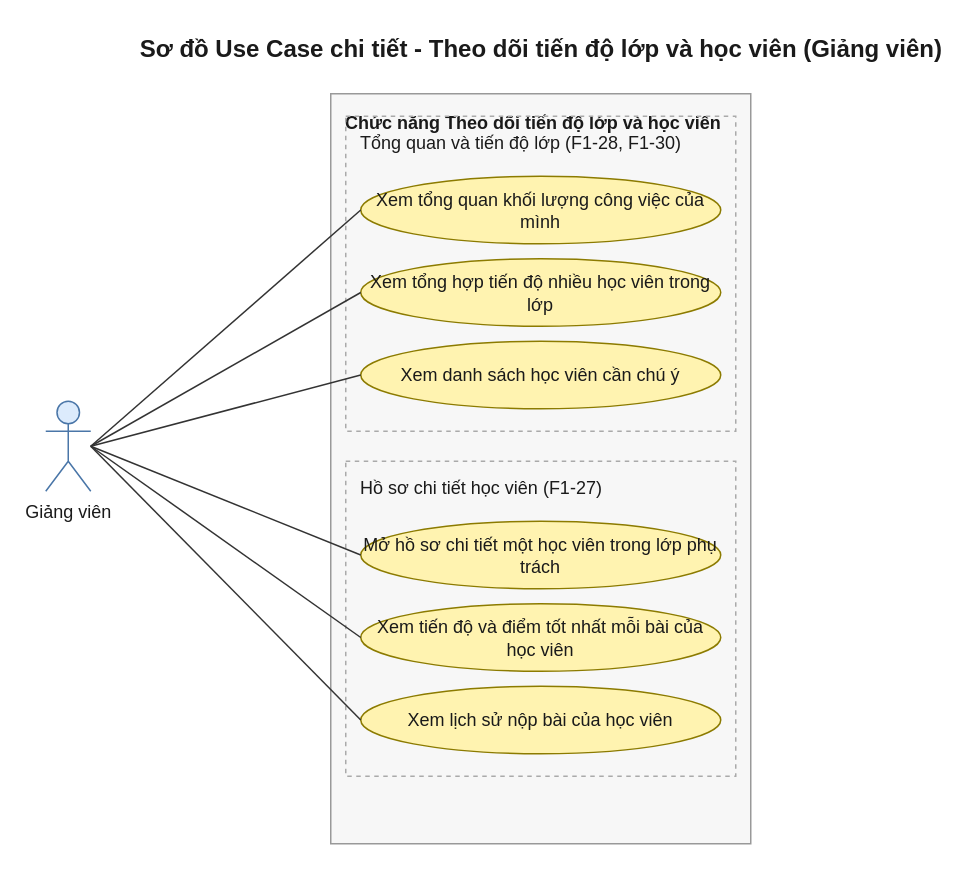
Earlier version of the draw.io diagram 08-diagram/usecase/gv/usecase_gv_theo_doi_tien_do_lop.drawio (daiphu1801/PRJ_ALGOPREP). Source tidied: cells renumbered, new cells numbered last; positions are measured from the earlier drawing's top-left corner, leaving out a move shared by most shapes. Both pictures are drawn from the tidied source at 150%, with x=0, y=0 at pixel (45, 26).
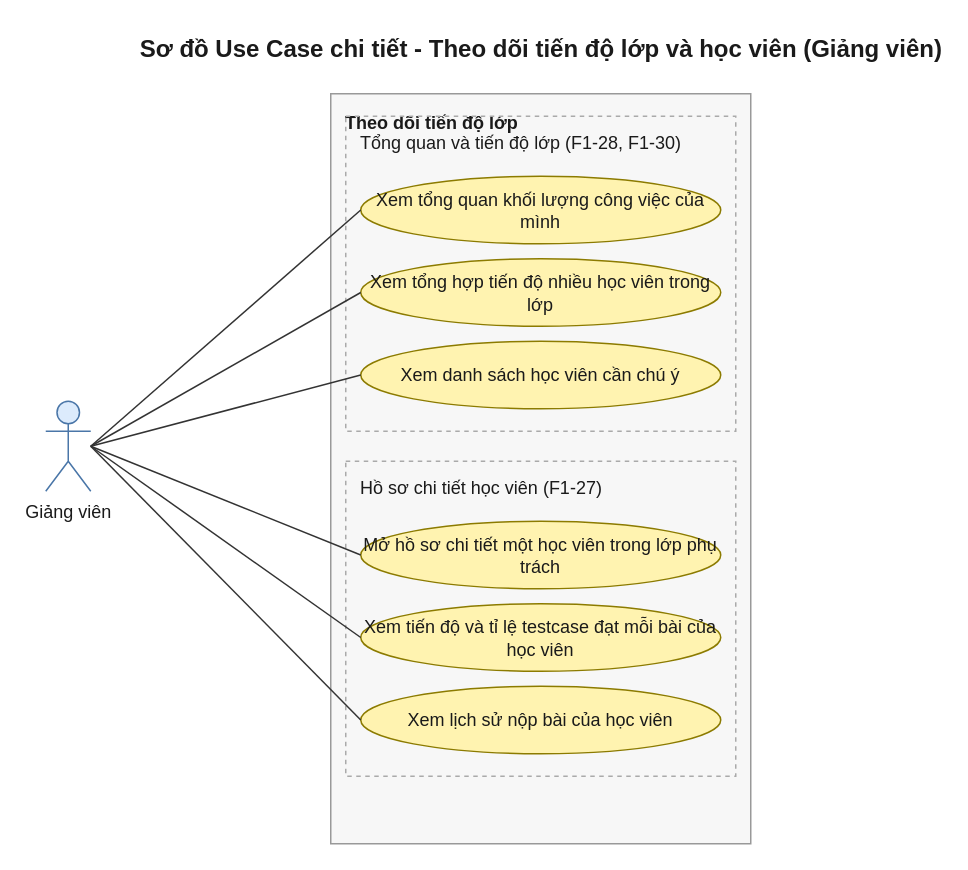
Above is the later version.

What changed in the source:
```diff
@@
 <mxGraphModel>
   <root>
     <mxCell id="0" />
     <mxCell id="1" parent="0" />
-    <mxCell id="2" value="Chức năng Theo dõi tiến độ lớp và học viên" style="rounded=0;whiteSpace=wrap;html=1;fillColor=#F7F7F7;strokeColor=#999999;verticalAlign=top;align=left;spacingLeft=8;spacingTop=6;fontColor=#1A1A1A;fontStyle=1;" parent="1" vertex="1">
+    <mxCell id="2" value="Theo dõi tiến độ lớp" style="rounded=0;whiteSpace=wrap;html=1;fillColor=#F7F7F7;strokeColor=#999999;verticalAlign=top;align=left;spacingLeft=8;spacingTop=6;fontColor=#1A1A1A;fontStyle=1;" parent="1" vertex="1">
       <mxGeometry x="190" y="45" width="280" height="500" as="geometry" />
     </mxCell>
     <mxCell id="3" value="Sơ đồ Use Case chi tiết - Theo dõi tiến độ lớp và học viên (Giảng viên)" style="text;html=1;fontSize=16;fontStyle=1;align=center;verticalAlign=middle;fontColor=#1A1A1A;" parent="1" vertex="1">
       <mxGeometry x="190" width="280" height="30" as="geometry" />
     </mxCell>
     <mxCell id="4" value="Tổng quan và tiến độ lớp (F1-28, F1-30)" style="rounded=0;dashed=1;whiteSpace=wrap;html=1;fillColor=none;strokeColor=#AAAAAA;verticalAlign=top;align=left;spacingLeft=8;spacingTop=4;fontColor=#1A1A1A;" parent="1" vertex="1">
       <mxGeometry x="200" y="60" width="260" height="210" as="geometry" />
     </mxCell>
     <mxCell id="5" value="Xem tổng quan khối lượng công việc của mình" style="ellipse;whiteSpace=wrap;html=1;fillColor=#FFF3B0;strokeColor=#8C7B00;fontColor=#1A1A1A;" parent="1" vertex="1">
       <mxGeometry x="210" y="100" width="240" height="45" as="geometry" />
     </mxCell>
     <mxCell id="6" value="Xem tổng hợp tiến độ nhiều học viên trong lớp" style="ellipse;whiteSpace=wrap;html=1;fillColor=#FFF3B0;strokeColor=#8C7B00;fontColor=#1A1A1A;" parent="1" vertex="1">
       <mxGeometry x="210" y="155" width="240" height="45" as="geometry" />
     </mxCell>
     <mxCell id="7" value="Xem danh sách học viên cần chú ý" style="ellipse;whiteSpace=wrap;html=1;fillColor=#FFF3B0;strokeColor=#8C7B00;fontColor=#1A1A1A;" parent="1" vertex="1">
       <mxGeometry x="210" y="210" width="240" height="45" as="geometry" />
     </mxCell>
     <mxCell id="8" value="Hồ sơ chi tiết học viên (F1-27)" style="rounded=0;dashed=1;whiteSpace=wrap;html=1;fillColor=none;strokeColor=#AAAAAA;verticalAlign=top;align=left;spacingLeft=8;spacingTop=4;fontColor=#1A1A1A;" parent="1" vertex="1">
       <mxGeometry x="200" y="290" width="260" height="210" as="geometry" />
     </mxCell>
     <mxCell id="9" value="Mở hồ sơ chi tiết một học viên trong lớp phụ trách" style="ellipse;whiteSpace=wrap;html=1;fillColor=#FFF3B0;strokeColor=#8C7B00;fontColor=#1A1A1A;" parent="1" vertex="1">
       <mxGeometry x="210" y="330" width="240" height="45" as="geometry" />
     </mxCell>
-    <mxCell id="10" value="Xem tiến độ và điểm tốt nhất mỗi bài của học viên" style="ellipse;whiteSpace=wrap;html=1;fillColor=#FFF3B0;strokeColor=#8C7B00;fontColor=#1A1A1A;" parent="1" vertex="1">
+    <mxCell id="10" value="Xem tiến độ và tỉ lệ testcase đạt mỗi bài của học viên" style="ellipse;whiteSpace=wrap;html=1;fillColor=#FFF3B0;strokeColor=#8C7B00;fontColor=#1A1A1A;" parent="1" vertex="1">
       <mxGeometry x="210" y="385" width="240" height="45" as="geometry" />
     </mxCell>
     <mxCell id="11" value="Xem lịch sử nộp bài của học viên" style="ellipse;whiteSpace=wrap;html=1;fillColor=#FFF3B0;strokeColor=#8C7B00;fontColor=#1A1A1A;" parent="1" vertex="1">
       <mxGeometry x="210" y="440" width="240" height="45" as="geometry" />
     </mxCell>
     <mxCell id="12" value="Giảng viên" style="shape=umlActor;verticalLabelPosition=bottom;verticalAlign=top;html=1;outlineConnect=0;fillColor=#DCEBFC;strokeColor=#4A76A8;fontColor=#1A1A1A;" parent="1" vertex="1">
       <mxGeometry y="250" width="30" height="60" as="geometry" />
     </mxCell>
     <mxCell id="13" style="edgeStyle=none;html=1;endArrow=none;startArrow=none;strokeColor=#333333;exitX=1;exitY=0.5;exitDx=0;exitDy=0;entryX=0;entryY=0.5;entryDx=0;entryDy=0;" parent="1" edge="1" source="12" target="5">
       <mxGeometry relative="1" as="geometry" />
     </mxCell>
     <mxCell id="14" style="edgeStyle=none;html=1;endArrow=none;startArrow=none;strokeColor=#333333;exitX=1;exitY=0.5;exitDx=0;exitDy=0;entryX=0;entryY=0.5;entryDx=0;entryDy=0;" parent="1" edge="1" source="12" target="6">
       <mxGeometry relative="1" as="geometry" />
     </mxCell>
     <mxCell id="15" style="edgeStyle=none;html=1;endArrow=none;startArrow=none;strokeColor=#333333;exitX=1;exitY=0.5;exitDx=0;exitDy=0;entryX=0;entryY=0.5;entryDx=0;entryDy=0;" parent="1" edge="1" source="12" target="7">
       <mxGeometry relative="1" as="geometry" />
     </mxCell>
     <mxCell id="16" style="edgeStyle=none;html=1;endArrow=none;startArrow=none;strokeColor=#333333;exitX=1;exitY=0.5;exitDx=0;exitDy=0;entryX=0;entryY=0.5;entryDx=0;entryDy=0;" parent="1" edge="1" source="12" target="9">
       <mxGeometry relative="1" as="geometry" />
     </mxCell>
     <mxCell id="17" style="edgeStyle=none;html=1;endArrow=none;startArrow=none;strokeColor=#333333;exitX=1;exitY=0.5;exitDx=0;exitDy=0;entryX=0;entryY=0.5;entryDx=0;entryDy=0;" parent="1" edge="1" source="12" target="10">
       <mxGeometry relative="1" as="geometry" />
     </mxCell>
     <mxCell id="18" style="edgeStyle=none;html=1;endArrow=none;startArrow=none;strokeColor=#333333;exitX=1;exitY=0.5;exitDx=0;exitDy=0;entryX=0;entryY=0.5;entryDx=0;entryDy=0;" parent="1" edge="1" source="12" target="11">
       <mxGeometry relative="1" as="geometry" />
     </mxCell>
   </root>
 </mxGraphModel>
```
